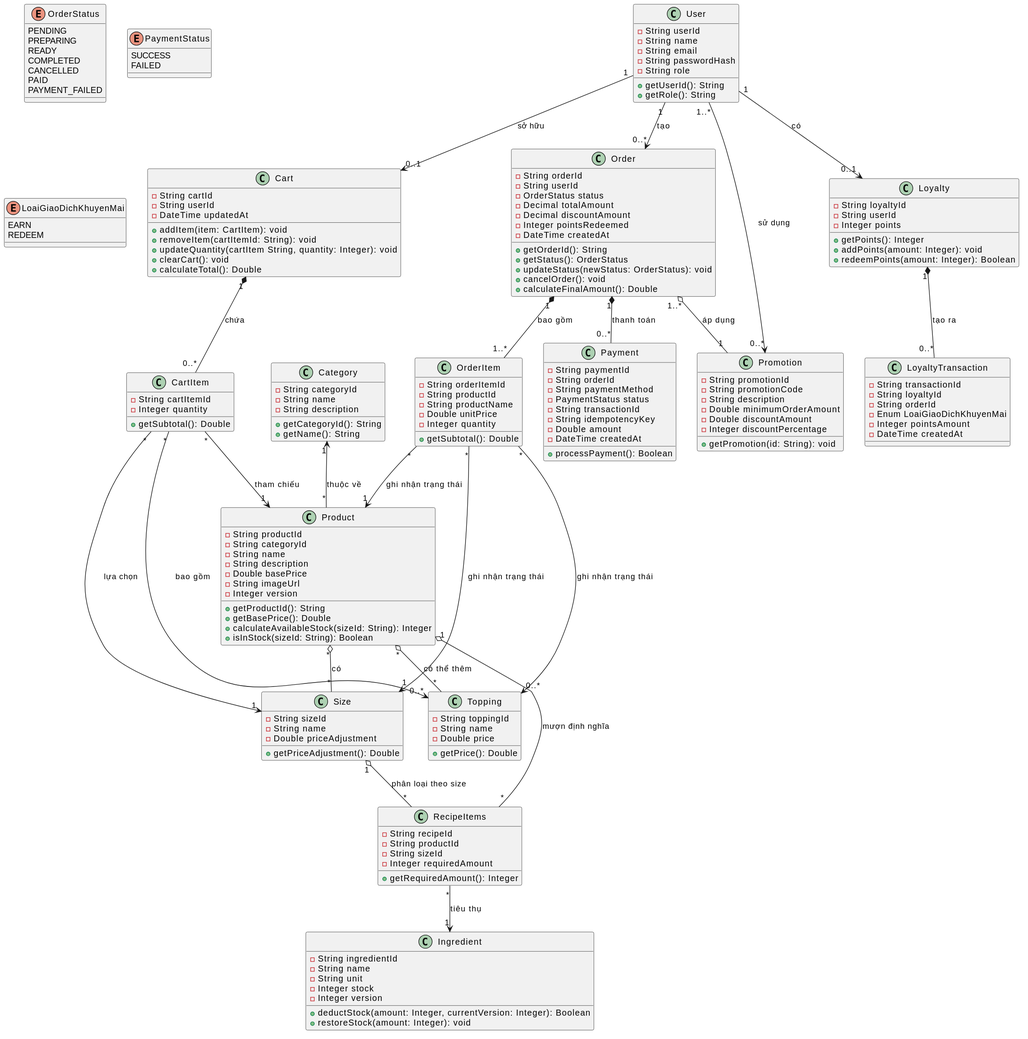
Above: docs/diagrams/class-domain/class-domain.svg in Phuc280106/BrewLite2 (PlantUML), before the change.
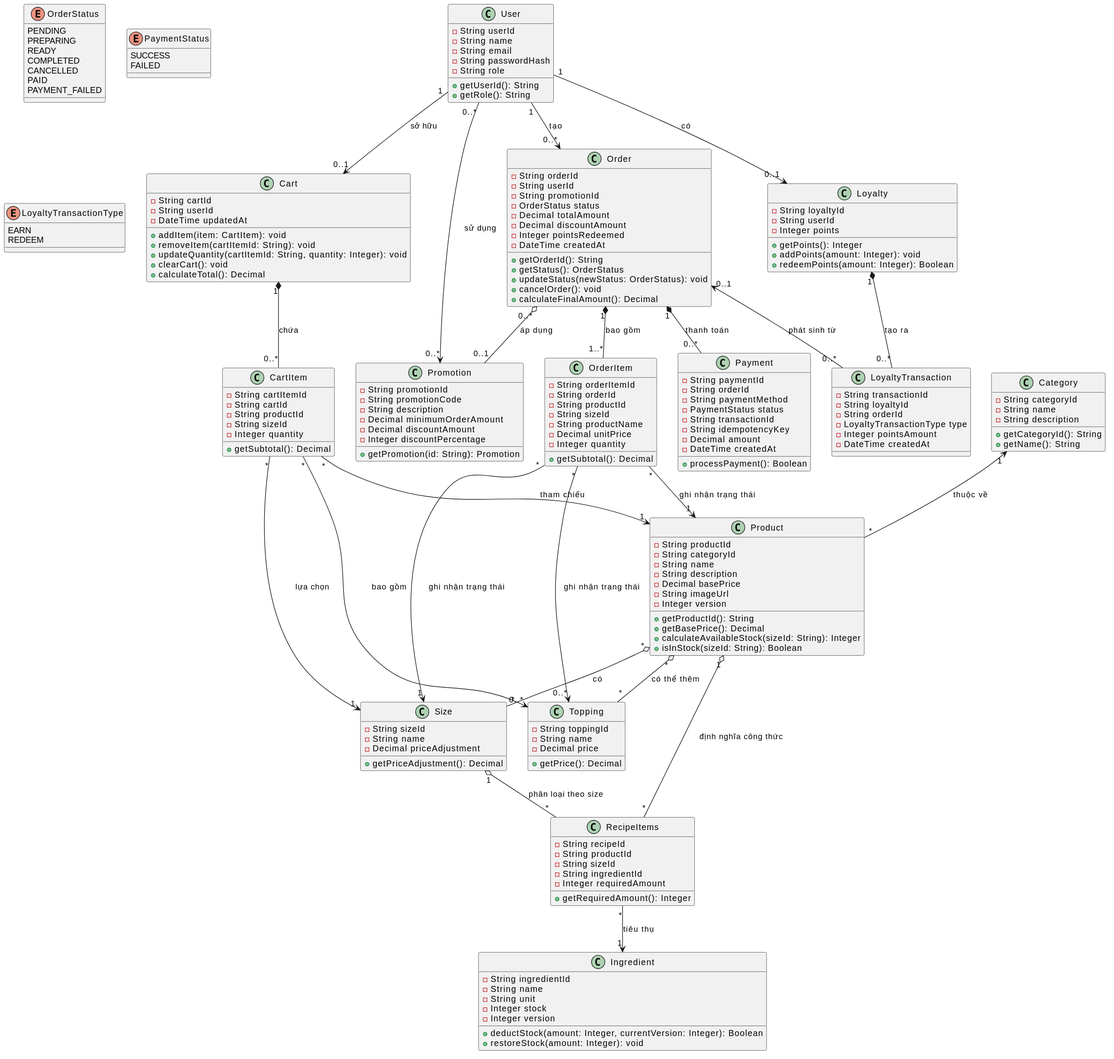
Later version of the same file.

Commit message:
docs(diagrams): chỉnh sửa tiếp tục class-domain.puml và .svg

Change to the diagram source:
```diff
@@ -14,7 +14,7 @@
   FAILED
 }
 
-enum LoaiGiaoDichKhuyenMai {
+enum LoyaltyTransactionType {
   EARN
   REDEEM
 }
@@ -43,11 +43,11 @@
   - String categoryId
   - String name
   - String description
-  - Double basePrice
+  - Decimal basePrice
   - String imageUrl
   - Integer version
   + getProductId(): String
-  + getBasePrice(): Double
+  + getBasePrice(): Decimal
   + calculateAvailableStock(sizeId: String): Integer
   + isInStock(sizeId: String): Boolean
 }
@@ -55,15 +55,15 @@
 class Size {
   - String sizeId
   - String name
-  - Double priceAdjustment
-  + getPriceAdjustment(): Double
+  - Decimal priceAdjustment
+  + getPriceAdjustment(): Decimal
 }
 
 class Topping {
   - String toppingId
   - String name
-  - Double price
-  + getPrice(): Double
+  - Decimal price
+  + getPrice(): Decimal
 }
 
 class Cart {
@@ -72,20 +72,24 @@
   - DateTime updatedAt
   + addItem(item: CartItem): void
   + removeItem(cartItemId: String): void
-  + updateQuantity(cartItem String, quantity: Integer): void
+  + updateQuantity(cartItemId: String, quantity: Integer): void
   + clearCart(): void
-  + calculateTotal(): Double
+  + calculateTotal(): Decimal
 }
 
 class CartItem {
   - String cartItemId
+  - String cartId
+  - String productId
+  - String sizeId
   - Integer quantity
-  + getSubtotal(): Double
+  + getSubtotal(): Decimal
 }
 
 class Order {
   - String orderId
   - String userId
+  - String promotionId
   - OrderStatus status
   - Decimal totalAmount
   - Decimal discountAmount
@@ -95,16 +99,18 @@
   + getStatus(): OrderStatus
   + updateStatus(newStatus: OrderStatus): void
   + cancelOrder(): void
-  + calculateFinalAmount(): Double
+  + calculateFinalAmount(): Decimal
 }
 
 class OrderItem {
   - String orderItemId
+  - String orderId
   - String productId
+  - String sizeId
   - String productName
-  - Double unitPrice
+  - Decimal unitPrice
   - Integer quantity
-  + getSubtotal(): Double
+  + getSubtotal(): Decimal
 }
 
 class Payment {
@@ -114,7 +120,7 @@
   - PaymentStatus status
   - String transactionId
   - String idempotencyKey
-  - Double amount
+  - Decimal amount
   - DateTime createdAt
   + processPayment(): Boolean
 }
@@ -132,7 +138,7 @@
   - String transactionId
   - String loyaltyId
   - String orderId
-  - Enum LoaiGiaoDichKhuyenMai
+  - LoyaltyTransactionType type
   - Integer pointsAmount
   - DateTime createdAt
 }
@@ -141,10 +147,10 @@
   - String promotionId
   - String promotionCode
   - String description
-  - Double minimumOrderAmount
-  - Double discountAmount
+  - Decimal minimumOrderAmount
+  - Decimal discountAmount
   - Integer discountPercentage
-  + getPromotion(id: String): void
+  + getPromotion(id: String): Promotion
 }
 
 class Ingredient {
@@ -161,11 +167,10 @@
   - String recipeId
   - String productId
   - String sizeId
+  - String ingredientId
   - Integer requiredAmount
   + getRequiredAmount(): Integer
 }
-
-
 
 
 Category "1" <-- "*" Product : thuộc về
@@ -173,13 +178,13 @@
 User "1" --> "0..1" Cart : sở hữu
 User "1" --> "0..*" Order : tạo
 User "1" --> "0..1" Loyalty : có
-User "1..*" --> "0..*" Promotion : sử dụng
+User "0..*" --> "0..*" Promotion : sử dụng
 
 Cart "1" *-- "0..*" CartItem : chứa
 
 Order "1" *-- "1..*" OrderItem : bao gồm
 Order "1" *-- "0..*" Payment : thanh toán
-Order "1..*" o-- "1" Promotion : áp dụng
+Order "0..*" o-- "0..1" Promotion : áp dụng
 
 CartItem "*" --> "1" Product : tham chiếu
 CartItem "*" --> "1" Size : lựa chọn
@@ -190,11 +195,12 @@
 OrderItem "*" --> "0..*" Topping : ghi nhận trạng thái
 
 Loyalty "1" *-- "0..*" LoyaltyTransaction : tạo ra
+Order "0..1" <-- "0..*" LoyaltyTransaction : phát sinh từ
 
 Product "*" o-- "*" Size : có
 Product "*" o-- "*" Topping : có thể thêm
 
-Product "1" o-- "*" RecipeItems : mượn định nghĩa
+Product "1" o-- "*" RecipeItems : định nghĩa công thức
 Size "1" o-- "*" RecipeItems : phân loại theo size
 RecipeItems "*" --> "1" Ingredient : tiêu thụ
 @enduml
```
